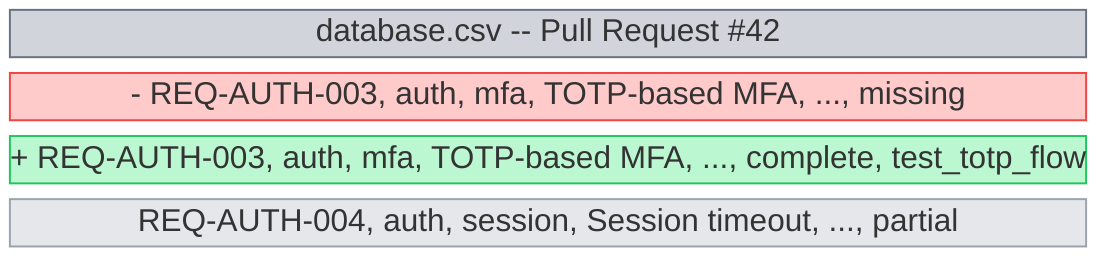
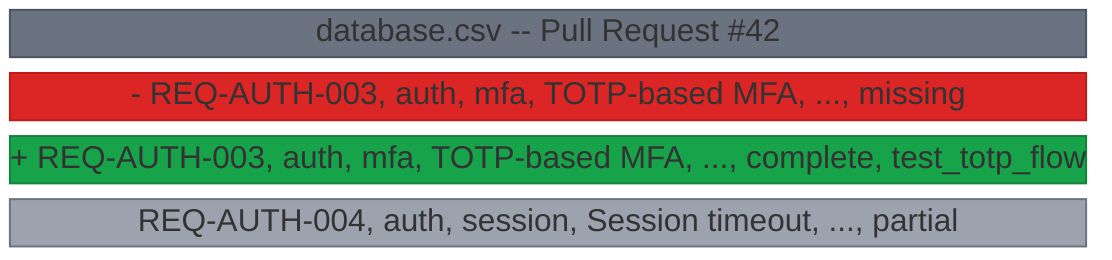
block-beta
    columns 1
    block:header["database.csv -- Pull Request #42"]
        columns 1
    end
    block:removed["- REQ-AUTH-003, auth, mfa, TOTP-based MFA, ..., missing"]
        columns 1
    end
    block:added["+ REQ-AUTH-003, auth, mfa, TOTP-based MFA, ..., complete, test_totp_flow"]
        columns 1
    end
    block:context["  REQ-AUTH-004, auth, session, Session timeout, ..., partial"]
        columns 1
    end

-     style header fill:#d1d5db,stroke:#6b7280,color:#111827
-     style removed fill:#fecaca,stroke:#ef4444,color:#7f1d1d
-     style added fill:#bbf7d0,stroke:#22c55e,color:#14532d
-     style context fill:#e5e7eb,stroke:#9ca3af,color:#111827
+     style header fill:#6b7280,stroke:#4b5563,color:#ffffff
+     style removed fill:#dc2626,stroke:#b91c1c,color:#ffffff
+     style added fill:#16a34a,stroke:#15803d,color:#ffffff
+     style context fill:#9ca3af,stroke:#6b7280,color:#ffffff
